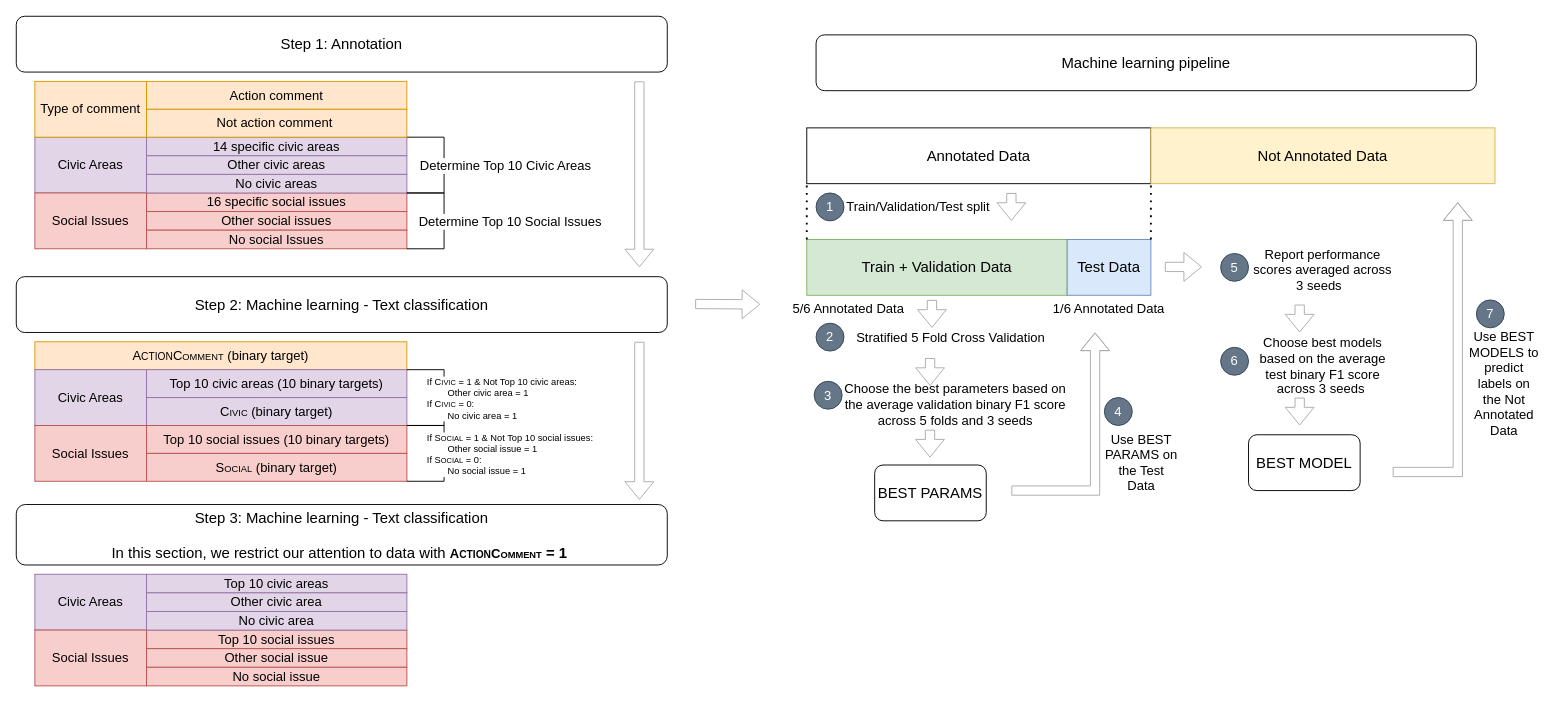
Before: LocalGovKFold.drawio in changgge/changgge, a draw.io diagram. Source tidied: cells renumbered, new cells numbered last; positions are measured from the earlier drawing's top-left corner, leaving out a move shared by most shapes. Both pictures are drawn from the tidied source at 93%, with x=0, y=0 at pixel (16, 16).
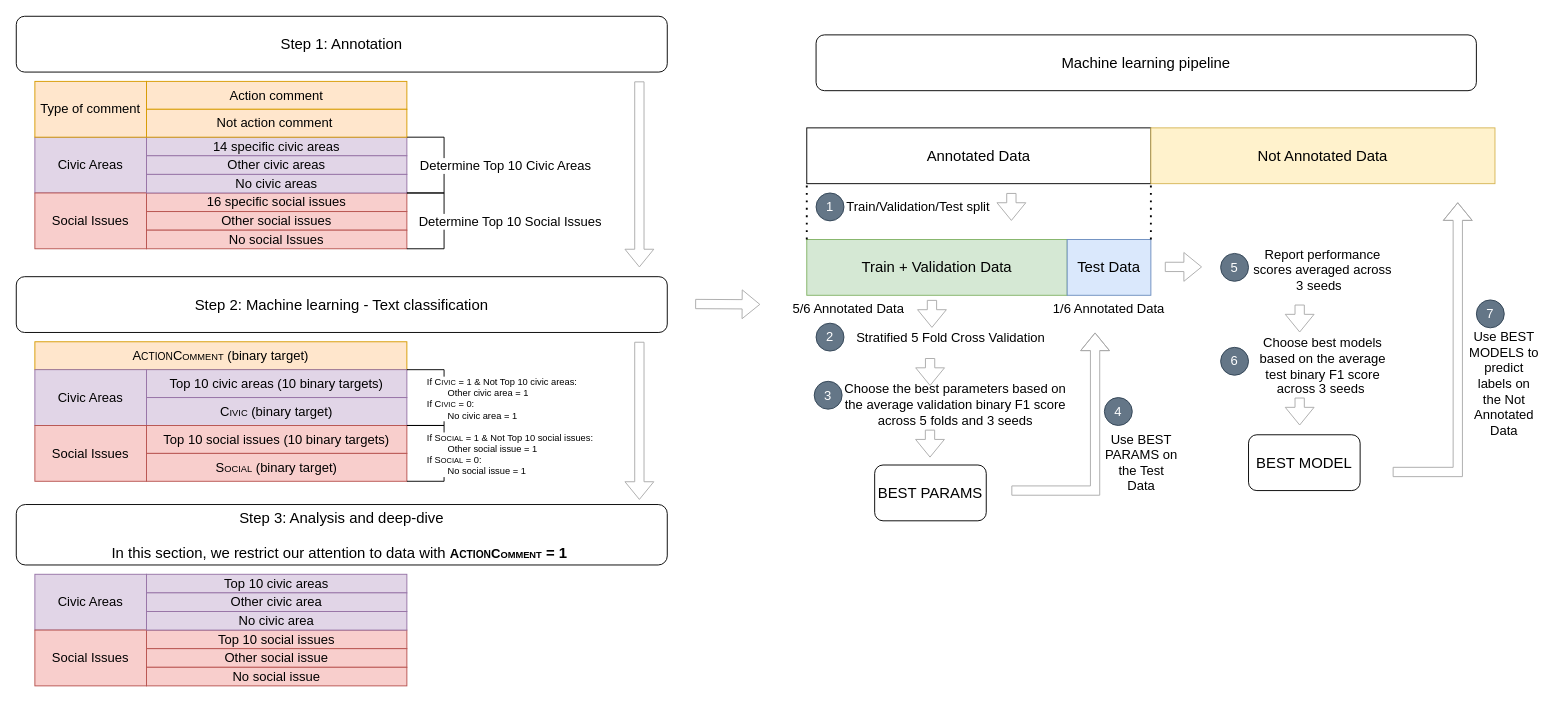
The same diagram, later.

Change to the diagram source:
```diff
@@
-    <mxCell id="64" value="Step 3: Machine learning - Text classification&lt;div&gt;&lt;br&gt;&lt;/div&gt;&lt;div&gt;In this section, we restrict our attention to data with&amp;nbsp;&lt;b&gt;&lt;span style=&quot;font-size: 14px;&quot;&gt;A&lt;/span&gt;&lt;font style=&quot;font-size: 11px;&quot;&gt;CTION&lt;/font&gt;&lt;span style=&quot;font-size: 14px;&quot;&gt;C&lt;/span&gt;&lt;font style=&quot;font-size: 10px;&quot;&gt;OMMENT&lt;/font&gt;&lt;/b&gt;&lt;span style=&quot;background-color: light-dark(#ffffff, var(--ge-dark-color, #121212));&quot;&gt;&lt;b&gt;&amp;nbsp;= 1&amp;nbsp;&lt;/b&gt;&lt;/span&gt;&lt;/div&gt;" style="rounded=1;whiteSpace=wrap;html=1;fontSize=16;" parent="1" vertex="1">
+    <mxCell id="64" value="Step 3: Analysis and deep-dive&lt;div&gt;&lt;br&gt;&lt;/div&gt;&lt;div&gt;In this section, we restrict our attention to data with&amp;nbsp;&lt;b&gt;&lt;span style=&quot;font-size: 14px;&quot;&gt;A&lt;/span&gt;&lt;font style=&quot;font-size: 11px;&quot;&gt;CTION&lt;/font&gt;&lt;span style=&quot;font-size: 14px;&quot;&gt;C&lt;/span&gt;&lt;font style=&quot;font-size: 10px;&quot;&gt;OMMENT&lt;/font&gt;&lt;/b&gt;&lt;span style=&quot;background-color: light-dark(#ffffff, var(--ge-dark-color, #121212));&quot;&gt;&lt;b&gt;&amp;nbsp;= 1&amp;nbsp;&lt;/b&gt;&lt;/span&gt;&lt;/div&gt;" style="rounded=1;whiteSpace=wrap;html=1;fontSize=16;" parent="1" vertex="1">
       <mxGeometry y="525" width="700" height="65" as="geometry" />
     </mxCell>
```
